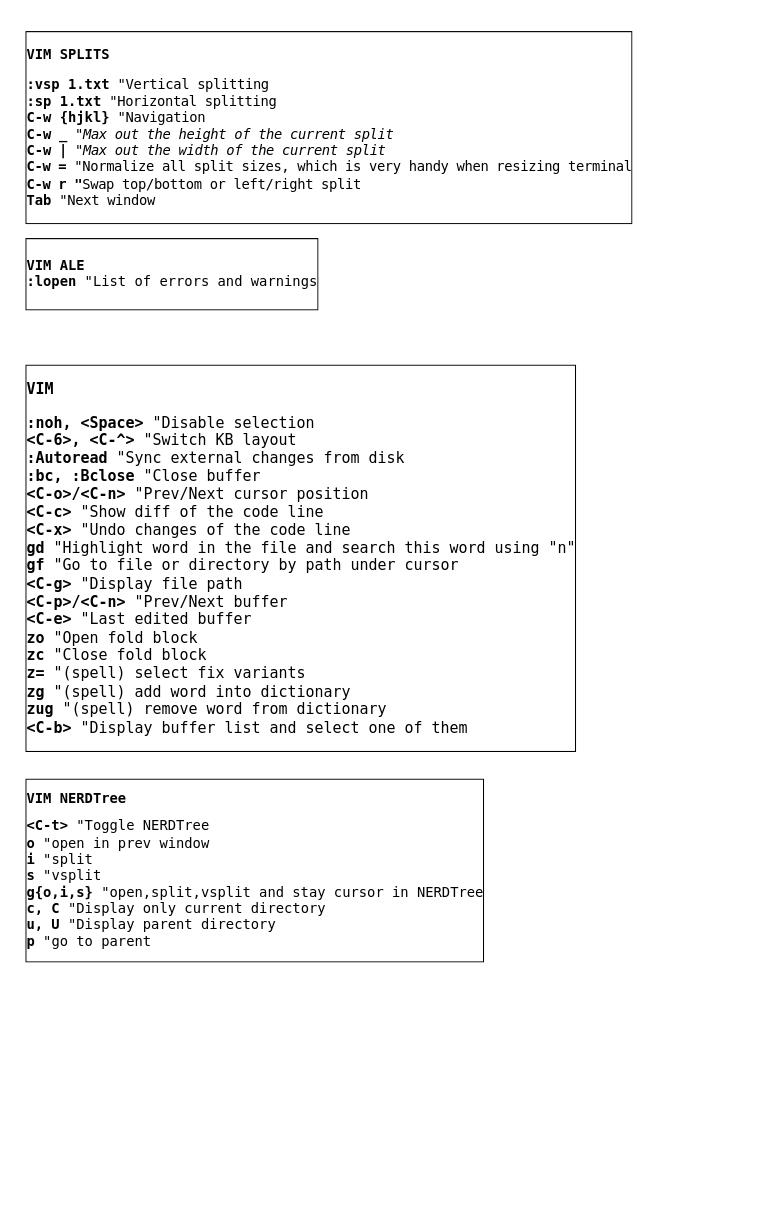
This is vim1.drawio from swvitaliy/dotfiles, a draw.io file, before an edit. Source tidied: cells renumbered, new cells numbered last; positions are measured from the earlier drawing's top-left corner, leaving out a move shared by most shapes. Both pictures are drawn from the tidied source at 115%, with x=0, y=0 at pixel (20, 20).
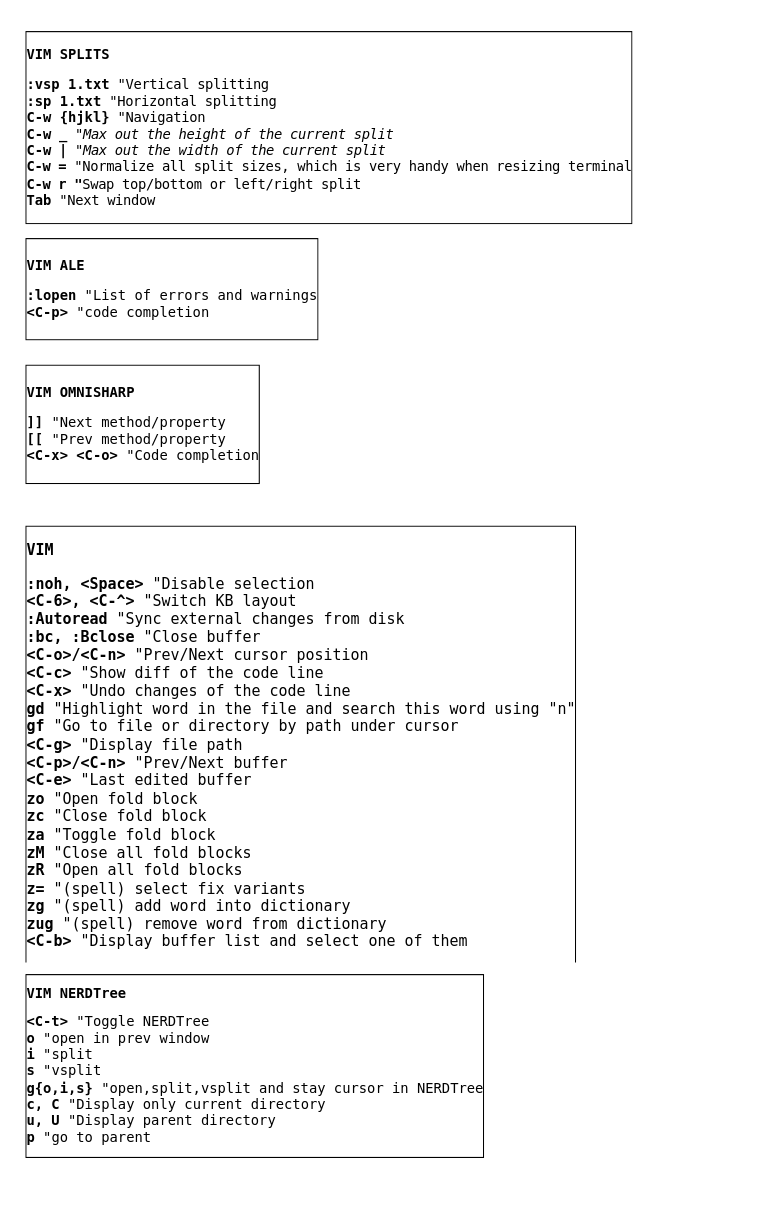
The same page after the edit.

The edit, as a diff of the source:
```diff
@@
 <mxGraphModel>
   <root>
     <mxCell id="0" />
     <mxCell id="1" parent="0" />
     <mxCell id="2" value="&lt;p&gt;&lt;font style=&quot;font-size: 12px&quot;&gt;&lt;b&gt;VIM SPLITS&lt;/b&gt;&lt;/font&gt;&lt;/p&gt;&lt;p&gt;&lt;b&gt;:vsp 1.txt&lt;/b&gt;&lt;span style=&quot;font-weight: normal ; letter-spacing: -0.3px&quot;&gt; &quot;Vertical splitting&lt;br&gt;&lt;/span&gt;&lt;b&gt;:sp 1.txt&lt;/b&gt;&lt;span style=&quot;letter-spacing: -0.3px ; font-weight: normal&quot;&gt; &quot;Horizontal splitting&lt;br&gt;&lt;/span&gt;&lt;b&gt;C-w {hjkl}&lt;/b&gt;&lt;span style=&quot;font-weight: 400 ; letter-spacing: -0.3px&quot;&gt; &quot;Navigation&lt;br&gt;&lt;/span&gt;&lt;b&gt;C-&lt;span class=&quot;p&quot; style=&quot;letter-spacing: -0.3px ; box-sizing: inherit&quot;&gt;w&lt;/span&gt;&lt;span style=&quot;letter-spacing: -0.3px&quot;&gt; _&lt;/span&gt;&lt;/b&gt;&lt;span style=&quot;letter-spacing: -0.3px&quot;&gt; &lt;/span&gt;&lt;span style=&quot;letter-spacing: -0.3px ; font-weight: 400&quot;&gt;&quot;&lt;/span&gt;&lt;i&gt;&lt;span style=&quot;font-weight: 400 ; letter-spacing: -0.3px&quot;&gt;Max out the height of the current split&lt;br&gt;&lt;/span&gt;&lt;/i&gt;&lt;b&gt;C-&lt;span class=&quot;p&quot; style=&quot;letter-spacing: -0.3px ; box-sizing: inherit&quot;&gt;w&lt;/span&gt;&lt;span style=&quot;letter-spacing: -0.3px&quot;&gt; &lt;/span&gt;&lt;span class=&quot;p&quot; style=&quot;letter-spacing: -0.3px ; box-sizing: inherit&quot;&gt;|&lt;/span&gt;&lt;/b&gt;&lt;span class=&quot;p&quot; style=&quot;letter-spacing: -0.3px ; font-weight: normal ; box-sizing: inherit&quot;&gt; &lt;/span&gt;&lt;span style=&quot;letter-spacing: -0.3px ; font-weight: 400&quot;&gt;&lt;i&gt;&quot;Max out the width of the current split&lt;br&gt;&lt;/i&gt;&lt;/span&gt;&lt;font style=&quot;letter-spacing: -0.3px ; font-size: 12px&quot;&gt;&lt;b&gt;C-&lt;span class=&quot;p&quot; style=&quot;box-sizing: inherit&quot;&gt;w&lt;/span&gt; &lt;span class=&quot;p&quot; style=&quot;box-sizing: inherit&quot;&gt;=&lt;/span&gt;&lt;/b&gt;&lt;span class=&quot;p&quot; style=&quot;box-sizing: inherit&quot;&gt; &lt;/span&gt;&lt;/font&gt;&lt;span style=&quot;letter-spacing: -0.3px&quot;&gt;&lt;span style=&quot;font-weight: normal&quot;&gt;&quot;Normalize all split sizes, which is very handy when resizing terminal&lt;/span&gt;&lt;span style=&quot;font-weight: 400&quot;&gt;&lt;br&gt;&lt;/span&gt;&lt;/span&gt;&lt;font style=&quot;letter-spacing: -0.3px ; font-weight: normal ; font-size: 12px&quot;&gt;&lt;b&gt;C-&lt;/b&gt;&lt;span class=&quot;p&quot; style=&quot;box-sizing: inherit&quot;&gt;&lt;b&gt;w&lt;/b&gt;&lt;/span&gt;&lt;b&gt; r &quot;&lt;/b&gt;&lt;/font&gt;&lt;span style=&quot;font-weight: normal ; letter-spacing: -0.3px&quot;&gt;Swap top/bottom or left/right split&lt;br&gt;&lt;/span&gt;&lt;b&gt;Tab&lt;/b&gt;&lt;span style=&quot;letter-spacing: -0.3px ; font-weight: normal&quot;&gt;&amp;nbsp;&quot;Next window&lt;/span&gt;&lt;/p&gt;" style="text;html=1;spacing=5;padding=5;whiteSpace=wrap;overflow=hidden;rounded=0;fontFamily=monospace;labelBackgroundColor=#ffffff;labelBorderColor=#000000;" parent="1" vertex="1">
-      <mxGeometry width="630" height="190" as="geometry" />
+      <mxGeometry width="630" height="180" as="geometry" />
     </mxCell>
     <mxCell id="3" style="edgeStyle=orthogonalEdgeStyle;rounded=0;orthogonalLoop=1;jettySize=auto;html=1;exitX=0.5;exitY=1;exitDx=0;exitDy=0;" parent="1" edge="1" source="2" target="2">
       <mxGeometry relative="1" as="geometry" />
     </mxCell>
-    <mxCell id="4" value="&lt;p style=&quot;line-height: 80%&quot;&gt;&lt;/p&gt;&lt;p style=&quot;font-size: 13px&quot;&gt;&lt;font style=&quot;font-size: 13px&quot;&gt;&lt;b&gt;VIM&lt;/b&gt;&lt;/font&gt;&lt;/p&gt;&lt;p style=&quot;font-size: 13px&quot;&gt;&lt;font style=&quot;font-size: 13px&quot;&gt;&lt;b&gt;:noh, &amp;lt;Space&amp;gt; &lt;/b&gt;&lt;/font&gt;&lt;font style=&quot;font-size: 13px ; font-weight: normal&quot;&gt;&quot;Disable selection&lt;br&gt;&lt;/font&gt;&lt;font style=&quot;font-size: 13px&quot;&gt;&lt;b&gt;&amp;lt;C-6&amp;gt;, &amp;lt;C-^&amp;gt; &lt;/b&gt;&lt;/font&gt;&lt;font style=&quot;font-size: 13px ; font-weight: normal&quot;&gt;&quot;Switch KB layout&lt;br&gt;&lt;/font&gt;&lt;font style=&quot;font-size: 13px&quot;&gt;&lt;b&gt;:Autoread &lt;/b&gt;&lt;/font&gt;&lt;font style=&quot;font-size: 13px ; font-weight: normal&quot;&gt;&quot;Sync external changes from disk&lt;/font&gt;&lt;font style=&quot;font-size: 13px ; font-weight: normal&quot;&gt;&lt;br&gt;&lt;/font&gt;&lt;font style=&quot;font-size: 13px&quot;&gt;&lt;b&gt;:bc, :Bclose &lt;/b&gt;&lt;/font&gt;&lt;font style=&quot;font-size: 13px ; font-weight: normal&quot;&gt;&quot;Close buffer&lt;br&gt;&lt;/font&gt;&lt;font style=&quot;font-size: 13px&quot;&gt;&lt;b&gt;&amp;lt;C-o&amp;gt;/&amp;lt;C-n&amp;gt; &lt;/b&gt;&lt;/font&gt;&lt;font style=&quot;font-size: 13px ; font-weight: normal&quot;&gt;&quot;Prev/Next cursor position&lt;/font&gt;&lt;font style=&quot;font-size: 13px ; font-weight: normal&quot;&gt;&lt;br&gt;&lt;/font&gt;&lt;font style=&quot;font-size: 13px&quot;&gt;&lt;b&gt;&amp;lt;C-c&amp;gt; &lt;/b&gt;&lt;/font&gt;&lt;font style=&quot;font-size: 13px ; font-weight: normal&quot;&gt;&quot;Show diff of the code line&lt;br&gt;&lt;/font&gt;&lt;font style=&quot;font-size: 13px&quot;&gt;&lt;b&gt;&amp;lt;C-x&amp;gt; &lt;/b&gt;&lt;/font&gt;&lt;font style=&quot;font-size: 13px ; font-weight: normal&quot;&gt;&quot;Undo changes of the code line&lt;/font&gt;&lt;font style=&quot;font-size: 13px ; font-weight: normal&quot;&gt;&lt;br&gt;&lt;/font&gt;&lt;font style=&quot;font-size: 13px&quot;&gt;&lt;b&gt;gd &lt;/b&gt;&lt;/font&gt;&lt;font style=&quot;font-size: 13px ; font-weight: normal&quot;&gt;&quot;Highlight word in the file and search this word using &quot;n&quot;&lt;br&gt;&lt;/font&gt;&lt;font style=&quot;font-size: 13px&quot;&gt;&lt;b&gt;gf &lt;/b&gt;&lt;/font&gt;&lt;font style=&quot;font-size: 13px ; font-weight: normal&quot;&gt;&quot;Go to file or directory by path under cursor&lt;/font&gt;&lt;font style=&quot;font-size: 13px ; font-weight: normal&quot;&gt;&lt;br&gt;&lt;/font&gt;&lt;font style=&quot;font-size: 13px&quot;&gt;&lt;b&gt;&amp;lt;C-g&amp;gt; &lt;/b&gt;&lt;/font&gt;&lt;font style=&quot;font-size: 13px ; font-weight: normal&quot;&gt;&quot;Display file path&lt;/font&gt;&lt;font style=&quot;font-size: 13px ; font-weight: normal&quot;&gt;&lt;br&gt;&lt;/font&gt;&lt;font style=&quot;font-size: 13px&quot;&gt;&lt;b&gt;&amp;lt;C-p&amp;gt;/&amp;lt;C-n&amp;gt; &lt;/b&gt;&lt;/font&gt;&lt;font style=&quot;font-size: 13px ; font-weight: normal&quot;&gt;&quot;Prev/Next buffer&lt;br&gt;&lt;/font&gt;&lt;font style=&quot;font-size: 13px&quot;&gt;&lt;b&gt;&amp;lt;C-e&amp;gt; &lt;/b&gt;&lt;/font&gt;&lt;font style=&quot;font-size: 13px ; font-weight: normal&quot;&gt;&quot;Last edited buffer&lt;br&gt;&lt;/font&gt;&lt;font style=&quot;font-size: 13px&quot;&gt;&lt;b&gt;zo &lt;/b&gt;&lt;/font&gt;&lt;font style=&quot;font-size: 13px ; font-weight: normal&quot;&gt;&quot;Open fold block&lt;br&gt;&lt;/font&gt;&lt;font style=&quot;font-size: 13px&quot;&gt;&lt;b&gt;zc &lt;/b&gt;&lt;/font&gt;&lt;font style=&quot;font-size: 13px ; font-weight: normal&quot;&gt;&quot;Close fold block&lt;br&gt;&lt;/font&gt;&lt;font style=&quot;font-size: 13px&quot;&gt;&lt;b&gt;z= &lt;/b&gt;&lt;/font&gt;&lt;font style=&quot;font-size: 13px ; font-weight: normal&quot;&gt;&quot;(spell) select fix variants&lt;br&gt;&lt;/font&gt;&lt;font style=&quot;font-size: 13px&quot;&gt;&lt;b&gt;zg &lt;/b&gt;&lt;/font&gt;&lt;font style=&quot;font-size: 13px ; font-weight: normal&quot;&gt;&quot;(spell) add word into dictionary&lt;br&gt;&lt;/font&gt;&lt;font style=&quot;font-size: 13px&quot;&gt;&lt;b&gt;zug &lt;/b&gt;&lt;/font&gt;&lt;font style=&quot;font-size: 13px ; font-weight: normal&quot;&gt;&quot;(spell) remove word from dictionary&lt;br&gt;&lt;/font&gt;&lt;font style=&quot;font-size: 13px&quot;&gt;&lt;b&gt;&amp;lt;C-b&amp;gt; &lt;/b&gt;&lt;/font&gt;&lt;font style=&quot;font-size: 13px ; font-weight: normal&quot;&gt;&quot;Display buffer list and select one of them&lt;/font&gt;&lt;/p&gt;&lt;p&gt;&lt;/p&gt;" style="text;html=1;spacing=5;padding=5;whiteSpace=wrap;overflow=hidden;rounded=0;fontFamily=monospace;labelBackgroundColor=#ffffff;labelBorderColor=#000000;" parent="1" vertex="1">
-      <mxGeometry y="290" width="580" height="350" as="geometry" />
+    <mxCell id="4" value="&lt;p style=&quot;line-height: 80%&quot;&gt;&lt;/p&gt;&lt;p style=&quot;font-size: 13px&quot;&gt;&lt;font style=&quot;font-size: 13px&quot;&gt;&lt;b&gt;VIM&lt;/b&gt;&lt;/font&gt;&lt;/p&gt;&lt;p style=&quot;font-size: 13px&quot;&gt;&lt;font style=&quot;font-size: 13px&quot;&gt;&lt;b&gt;:noh, &amp;lt;Space&amp;gt; &lt;/b&gt;&lt;/font&gt;&lt;font style=&quot;font-size: 13px ; font-weight: normal&quot;&gt;&quot;Disable selection&lt;br&gt;&lt;/font&gt;&lt;font style=&quot;font-size: 13px&quot;&gt;&lt;b&gt;&amp;lt;C-6&amp;gt;, &amp;lt;C-^&amp;gt; &lt;/b&gt;&lt;/font&gt;&lt;font style=&quot;font-size: 13px ; font-weight: normal&quot;&gt;&quot;Switch KB layout&lt;br&gt;&lt;/font&gt;&lt;font style=&quot;font-size: 13px&quot;&gt;&lt;b&gt;:Autoread &lt;/b&gt;&lt;/font&gt;&lt;font style=&quot;font-size: 13px ; font-weight: normal&quot;&gt;&quot;Sync external changes from disk&lt;/font&gt;&lt;font style=&quot;font-size: 13px ; font-weight: normal&quot;&gt;&lt;br&gt;&lt;/font&gt;&lt;font style=&quot;font-size: 13px&quot;&gt;&lt;b&gt;:bc, :Bclose &lt;/b&gt;&lt;/font&gt;&lt;font style=&quot;font-size: 13px ; font-weight: normal&quot;&gt;&quot;Close buffer&lt;br&gt;&lt;/font&gt;&lt;font style=&quot;font-size: 13px&quot;&gt;&lt;b&gt;&amp;lt;C-o&amp;gt;/&amp;lt;C-n&amp;gt; &lt;/b&gt;&lt;/font&gt;&lt;font style=&quot;font-size: 13px ; font-weight: normal&quot;&gt;&quot;Prev/Next cursor position&lt;/font&gt;&lt;font style=&quot;font-size: 13px ; font-weight: normal&quot;&gt;&lt;br&gt;&lt;/font&gt;&lt;font style=&quot;font-size: 13px&quot;&gt;&lt;b&gt;&amp;lt;C-c&amp;gt; &lt;/b&gt;&lt;/font&gt;&lt;font style=&quot;font-size: 13px ; font-weight: normal&quot;&gt;&quot;Show diff of the code line&lt;br&gt;&lt;/font&gt;&lt;font style=&quot;font-size: 13px&quot;&gt;&lt;b&gt;&amp;lt;C-x&amp;gt; &lt;/b&gt;&lt;/font&gt;&lt;font style=&quot;font-size: 13px ; font-weight: normal&quot;&gt;&quot;Undo changes of the code line&lt;/font&gt;&lt;font style=&quot;font-size: 13px ; font-weight: normal&quot;&gt;&lt;br&gt;&lt;/font&gt;&lt;font style=&quot;font-size: 13px&quot;&gt;&lt;b&gt;gd &lt;/b&gt;&lt;/font&gt;&lt;font style=&quot;font-size: 13px ; font-weight: normal&quot;&gt;&quot;Highlight word in the file and search this word using &quot;n&quot;&lt;br&gt;&lt;/font&gt;&lt;font style=&quot;font-size: 13px&quot;&gt;&lt;b&gt;gf &lt;/b&gt;&lt;/font&gt;&lt;font style=&quot;font-size: 13px ; font-weight: normal&quot;&gt;&quot;Go to file or directory by path under cursor&lt;/font&gt;&lt;font style=&quot;font-size: 13px ; font-weight: normal&quot;&gt;&lt;br&gt;&lt;/font&gt;&lt;font style=&quot;font-size: 13px&quot;&gt;&lt;b&gt;&amp;lt;C-g&amp;gt; &lt;/b&gt;&lt;/font&gt;&lt;font style=&quot;font-size: 13px ; font-weight: normal&quot;&gt;&quot;Display file path&lt;/font&gt;&lt;font style=&quot;font-size: 13px ; font-weight: normal&quot;&gt;&lt;br&gt;&lt;/font&gt;&lt;font style=&quot;font-size: 13px&quot;&gt;&lt;b&gt;&amp;lt;C-p&amp;gt;/&amp;lt;C-n&amp;gt; &lt;/b&gt;&lt;/font&gt;&lt;font style=&quot;font-size: 13px ; font-weight: normal&quot;&gt;&quot;Prev/Next buffer&lt;br&gt;&lt;/font&gt;&lt;font style=&quot;font-size: 13px&quot;&gt;&lt;b&gt;&amp;lt;C-e&amp;gt; &lt;/b&gt;&lt;/font&gt;&lt;font style=&quot;font-size: 13px ; font-weight: normal&quot;&gt;&quot;Last edited buffer&lt;br&gt;&lt;/font&gt;&lt;font style=&quot;font-size: 13px&quot;&gt;&lt;b&gt;zo &lt;/b&gt;&lt;/font&gt;&lt;font style=&quot;font-size: 13px ; font-weight: normal&quot;&gt;&quot;Open fold block&lt;br&gt;&lt;/font&gt;&lt;font style=&quot;font-size: 13px&quot;&gt;&lt;b&gt;zc &lt;/b&gt;&lt;/font&gt;&lt;font style=&quot;font-size: 13px ; font-weight: normal&quot;&gt;&quot;Close fold block&lt;br&gt;&lt;b&gt;za&amp;nbsp;&lt;/b&gt;&quot;Toggle fold block&lt;br&gt;&lt;b&gt;zM&amp;nbsp;&lt;/b&gt;&quot;Close all fold blocks&lt;br&gt;&lt;b&gt;zR&amp;nbsp;&lt;/b&gt;&quot;Open all fold blocks&lt;br&gt;&lt;/font&gt;&lt;font style=&quot;font-size: 13px&quot;&gt;&lt;b&gt;z= &lt;/b&gt;&lt;/font&gt;&lt;font style=&quot;font-size: 13px ; font-weight: normal&quot;&gt;&quot;(spell) select fix variants&lt;br&gt;&lt;/font&gt;&lt;font style=&quot;font-size: 13px&quot;&gt;&lt;b&gt;zg &lt;/b&gt;&lt;/font&gt;&lt;font style=&quot;font-size: 13px ; font-weight: normal&quot;&gt;&quot;(spell) add word into dictionary&lt;br&gt;&lt;/font&gt;&lt;font style=&quot;font-size: 13px&quot;&gt;&lt;b&gt;zug &lt;/b&gt;&lt;/font&gt;&lt;font style=&quot;font-size: 13px ; font-weight: normal&quot;&gt;&quot;(spell) remove word from dictionary&lt;br&gt;&lt;/font&gt;&lt;font style=&quot;font-size: 13px&quot;&gt;&lt;b&gt;&amp;lt;C-b&amp;gt; &lt;/b&gt;&lt;/font&gt;&lt;font style=&quot;font-size: 13px ; font-weight: normal&quot;&gt;&quot;Display buffer list and select one of them&lt;/font&gt;&lt;/p&gt;&lt;p&gt;&lt;/p&gt;" style="text;html=1;spacing=5;padding=5;whiteSpace=wrap;overflow=hidden;rounded=0;fontFamily=monospace;labelBackgroundColor=#ffffff;labelBorderColor=#000000;" parent="1" vertex="1">
+      <mxGeometry y="430" width="580" height="390" as="geometry" />
     </mxCell>
-    <mxCell id="5" value="&lt;h1&gt;&lt;p style=&quot;font-size: 12px&quot;&gt;&lt;b&gt;VIM ALE&lt;br&gt;&lt;/b&gt;:lopen&lt;span style=&quot;font-weight: normal&quot;&gt;&amp;nbsp;&quot;List of errors and warnings&lt;/span&gt;&lt;/p&gt;&lt;/h1&gt;" style="text;html=1;spacing=5;padding=5;whiteSpace=wrap;overflow=hidden;rounded=0;fontFamily=monospace;labelBackgroundColor=#ffffff;labelBorderColor=#000000;" parent="1" vertex="1">
-      <mxGeometry y="180" width="630" height="80" as="geometry" />
+    <mxCell id="5" value="&lt;h1&gt;&lt;p style=&quot;font-size: 12px&quot;&gt;&lt;b&gt;VIM ALE&lt;/b&gt;&lt;/p&gt;&lt;p style=&quot;font-size: 12px&quot;&gt;:lopen&lt;span style=&quot;font-weight: normal&quot;&gt;&amp;nbsp;&quot;List of errors and warnings&lt;/span&gt;&lt;br&gt;&amp;lt;C-p&amp;gt;&lt;span style=&quot;font-weight: normal&quot;&gt; &quot;code completion&lt;/span&gt;&lt;/p&gt;&lt;/h1&gt;" style="text;html=1;spacing=5;padding=5;whiteSpace=wrap;overflow=hidden;rounded=0;fontFamily=monospace;labelBackgroundColor=#ffffff;labelBorderColor=#000000;" parent="1" vertex="1">
+      <mxGeometry y="180" width="630" height="110" as="geometry" />
     </mxCell>
     <mxCell id="6" value="&lt;h1 style=&quot;font-size: 14px&quot;&gt;&lt;div style=&quot;font-size: 12px&quot;&gt;VIM NERDTree&lt;/div&gt;&lt;/h1&gt;&lt;h1 style=&quot;font-size: 14px&quot;&gt;&lt;div style=&quot;font-size: 12px&quot;&gt;&amp;lt;C-t&amp;gt;&lt;span style=&quot;font-weight: normal&quot;&gt; &quot;Toggle NERDTree&lt;/span&gt;&lt;br&gt;o &lt;span style=&quot;font-weight: normal&quot;&gt;&quot;open in prev window&lt;/span&gt;&lt;/div&gt;&lt;div style=&quot;font-size: 12px&quot;&gt;i &lt;span style=&quot;font-weight: normal&quot;&gt;&quot;split&lt;/span&gt;&lt;/div&gt;&lt;div style=&quot;font-size: 12px&quot;&gt;s &lt;span style=&quot;font-weight: normal&quot;&gt;&quot;vsplit&lt;/span&gt;&lt;/div&gt;&lt;div style=&quot;font-size: 12px&quot;&gt;g{o,i,s}&lt;span style=&quot;font-weight: normal&quot;&gt;&amp;nbsp;&quot;open,split,vsplit and stay cursor in NERDTree&lt;/span&gt;&lt;/div&gt;&lt;div style=&quot;font-size: 12px&quot;&gt;c, C&lt;span style=&quot;font-weight: normal&quot;&gt;&amp;nbsp;&quot;Display only current directory&lt;/span&gt;&lt;/div&gt;&lt;div style=&quot;font-size: 12px&quot;&gt;u, U&lt;span style=&quot;font-weight: normal&quot;&gt;&amp;nbsp;&quot;Display parent directory&lt;/span&gt;&lt;/div&gt;&lt;div style=&quot;font-size: 12px&quot;&gt;p&lt;span style=&quot;font-weight: normal&quot;&gt;&amp;nbsp;&quot;go to parent&lt;/span&gt;&lt;/div&gt;&lt;/h1&gt;" style="text;html=1;spacing=5;padding=5;whiteSpace=wrap;overflow=hidden;rounded=0;fontFamily=monospace;labelBackgroundColor=#ffffff;labelBorderColor=#000000;" parent="1" vertex="1">
-      <mxGeometry y="650" width="630" height="200" as="geometry" />
+      <mxGeometry y="820" width="630" height="200" as="geometry" />
     </mxCell>
+    <mxCell id="7" value="&lt;h1&gt;&lt;p style=&quot;font-size: 12px&quot;&gt;&lt;b&gt;VIM OMNISHARP&lt;/b&gt;&lt;/p&gt;&lt;p style=&quot;font-size: 12px&quot;&gt;]] &lt;span style=&quot;font-weight: normal&quot;&gt;&quot;Next method/property&lt;/span&gt;&lt;br&gt;[[ &lt;span style=&quot;font-weight: normal&quot;&gt;&quot;Prev method/property&lt;/span&gt;&lt;br&gt;&amp;lt;C-x&amp;gt; &amp;lt;C-o&amp;gt;&lt;span style=&quot;font-weight: normal&quot;&gt; &quot;Code completion&lt;/span&gt;&lt;/p&gt;&lt;/h1&gt;" style="text;html=1;spacing=5;padding=5;whiteSpace=wrap;overflow=hidden;rounded=0;fontFamily=monospace;labelBackgroundColor=#ffffff;labelBorderColor=#000000;" parent="1" vertex="1">
+      <mxGeometry y="290" width="630" height="120" as="geometry" />
+    </mxCell>
   </root>
 </mxGraphModel>
```
